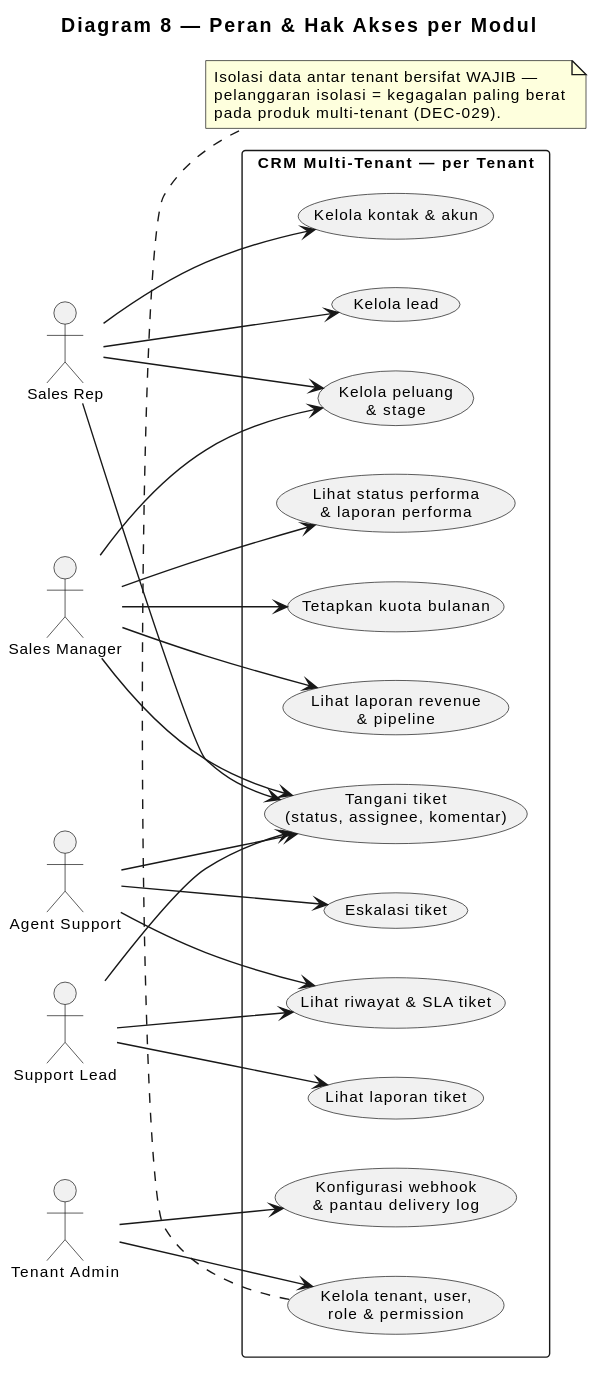
Earlier version of the PlantUML export knowledge/projects/bootcamp-crm/requirements/brd/diagrams/08-peran-akses.svg (yudha-tlab/ai-os-knowledge). The source it was exported from:
```plantuml
@startuml
title Diagram 8 — Peran & Hak Akses per Modul

skinparam shadowing false
skinparam defaultFontSize 11
left to right direction

actor "Sales Rep" as SR
actor "Sales Manager" as SM
actor "Agent Support" as AS
actor "Support Lead" as SL
actor "Tenant Admin" as TA

rectangle "CRM Multi-Tenant — per Tenant" {
  usecase "Kelola lead" as UC1
  usecase "Kelola kontak & akun" as UC2
  usecase "Kelola peluang\n& stage" as UC3
  usecase "Tetapkan kuota bulanan" as UC4
  usecase "Lihat status performa\n& laporan performa" as UC5
  usecase "Lihat laporan revenue\n& pipeline" as UC6
  usecase "Tangani tiket\n(status, assignee, komentar)" as UC7
  usecase "Eskalasi tiket" as UC8
  usecase "Lihat riwayat & SLA tiket" as UC9
  usecase "Lihat laporan tiket" as UC10
  usecase "Kelola tenant, user,\nrole & permission" as UC11
  usecase "Konfigurasi webhook\n& pantau delivery log" as UC12
}

SR --> UC1
SR --> UC2
SR --> UC3
SR --> UC7

SM --> UC3
SM --> UC4
SM --> UC5
SM --> UC6
SM --> UC7

AS --> UC7
AS --> UC8
AS --> UC9

SL --> UC7
SL --> UC9
SL --> UC10

TA --> UC11
TA --> UC12

note bottom of UC11
  Isolasi data antar tenant bersifat WAJIB —
  pelanggaran isolasi = kegagalan paling berat
  pada produk multi-tenant (DEC-029).
end note
@enduml
```
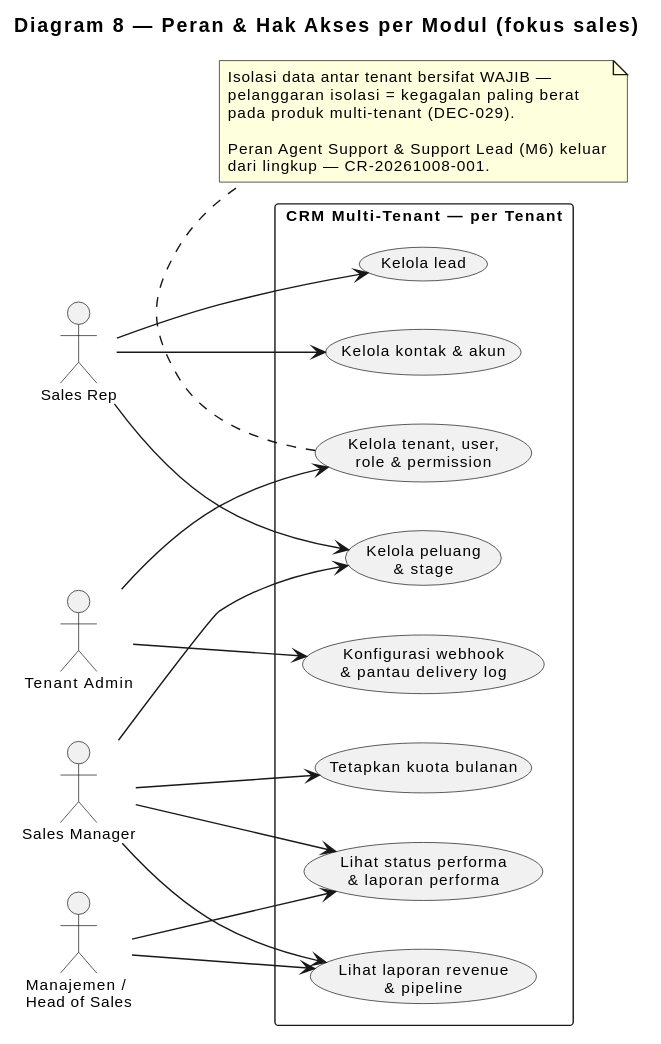
After the commit.

Change to the diagram source:
```diff
@@ -1,5 +1,5 @@
 @startuml
-title Diagram 8 — Peran & Hak Akses per Modul
+title Diagram 8 — Peran & Hak Akses per Modul (fokus sales)
 
 skinparam shadowing false
 skinparam defaultFontSize 11
@@ -7,9 +7,8 @@
 
 actor "Sales Rep" as SR
 actor "Sales Manager" as SM
-actor "Agent Support" as AS
-actor "Support Lead" as SL
 actor "Tenant Admin" as TA
+actor "Manajemen /\nHead of Sales" as MG
 
 rectangle "CRM Multi-Tenant — per Tenant" {
   usecase "Kelola lead" as UC1
@@ -18,10 +17,6 @@
   usecase "Tetapkan kuota bulanan" as UC4
   usecase "Lihat status performa\n& laporan performa" as UC5
   usecase "Lihat laporan revenue\n& pipeline" as UC6
-  usecase "Tangani tiket\n(status, assignee, komentar)" as UC7
-  usecase "Eskalasi tiket" as UC8
-  usecase "Lihat riwayat & SLA tiket" as UC9
-  usecase "Lihat laporan tiket" as UC10
   usecase "Kelola tenant, user,\nrole & permission" as UC11
   usecase "Konfigurasi webhook\n& pantau delivery log" as UC12
 }
@@ -29,21 +24,14 @@
 SR --> UC1
 SR --> UC2
 SR --> UC3
-SR --> UC7
 
 SM --> UC3
 SM --> UC4
 SM --> UC5
 SM --> UC6
-SM --> UC7
 
-AS --> UC7
-AS --> UC8
-AS --> UC9
-
-SL --> UC7
-SL --> UC9
-SL --> UC10
+MG --> UC6
+MG --> UC5
 
 TA --> UC11
 TA --> UC12
@@ -52,5 +40,8 @@
   Isolasi data antar tenant bersifat WAJIB —
   pelanggaran isolasi = kegagalan paling berat
   pada produk multi-tenant (DEC-029).
+
+  Peran Agent Support & Support Lead (M6) keluar
+  dari lingkup — CR-20261008-001.
 end note
 @enduml
```
